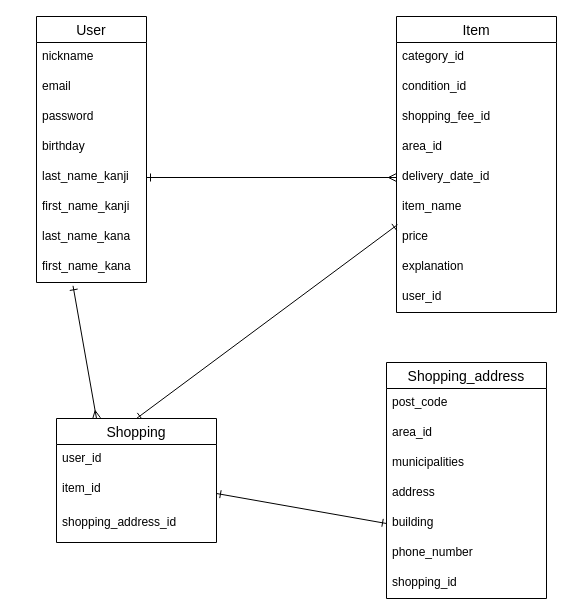
This is er.dio from PTT1230/furima-38221, a draw.io file, before an edit. Source tidied: cells renumbered, new cells numbered last; positions are measured from the earlier drawing's top-left corner, leaving out a move shared by most shapes. Both pictures are drawn from the tidied source at 100%, with x=0, y=0 at pixel (36, 16).
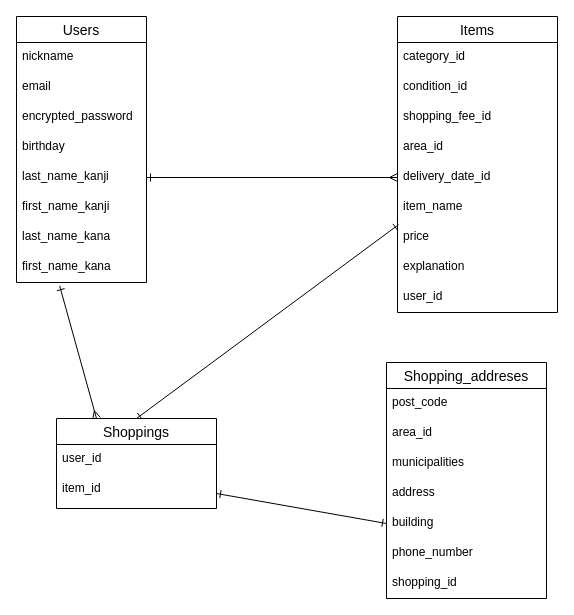
The same diagram, later.

What changed in the source:
```diff
@@
-    <mxCell id="2" value="User" style="swimlane;fontStyle=0;horizontal=1;startSize=26;align=center;fontSize=14;" parent="1" vertex="1">
-      <mxGeometry width="110" height="266" as="geometry" />
+    <mxCell id="2" value="Users" style="swimlane;fontStyle=0;horizontal=1;startSize=26;align=center;fontSize=14;" parent="1" vertex="1">
+      <mxGeometry x="-20" width="130" height="266" as="geometry" />
     </mxCell>
     <mxCell id="3" value="nickname" style="text;strokeColor=none;fillColor=none;spacingLeft=4;spacingRight=4;overflow=hidden;fontSize=12;" parent="2" vertex="1">
-      <mxGeometry y="26" width="110" height="30" as="geometry" />
+      <mxGeometry y="26" width="130" height="30" as="geometry" />
     </mxCell>
     <mxCell id="4" value="email" style="text;strokeColor=none;fillColor=none;spacingLeft=4;spacingRight=4;overflow=hidden;fontSize=12;" parent="2" vertex="1">
-      <mxGeometry y="56" width="110" height="30" as="geometry" />
+      <mxGeometry y="56" width="130" height="30" as="geometry" />
     </mxCell>
-    <mxCell id="5" value="password" style="text;strokeColor=none;fillColor=none;spacingLeft=4;spacingRight=4;overflow=hidden;fontSize=12;" parent="2" vertex="1">
-      <mxGeometry y="86" width="110" height="30" as="geometry" />
+    <mxCell id="5" value="encrypted_password" style="text;strokeColor=none;fillColor=none;spacingLeft=4;spacingRight=4;overflow=hidden;fontSize=12;" parent="2" vertex="1">
+      <mxGeometry y="86" width="130" height="30" as="geometry" />
     </mxCell>
     <mxCell id="6" value="birthday" style="text;strokeColor=none;fillColor=none;spacingLeft=4;spacingRight=4;overflow=hidden;fontSize=12;" parent="2" vertex="1">
-      <mxGeometry y="116" width="110" height="30" as="geometry" />
+      <mxGeometry y="116" width="130" height="30" as="geometry" />
     </mxCell>
     <mxCell id="7" value="last_name_kanji" style="text;strokeColor=none;fillColor=none;spacingLeft=4;spacingRight=4;overflow=hidden;fontSize=12;" parent="2" vertex="1">
-      <mxGeometry y="146" width="110" height="30" as="geometry" />
+      <mxGeometry y="146" width="130" height="30" as="geometry" />
     </mxCell>
     <mxCell id="8" value="first_name_kanji" style="text;strokeColor=none;fillColor=none;spacingLeft=4;spacingRight=4;overflow=hidden;fontSize=12;" parent="2" vertex="1">
-      <mxGeometry y="176" width="110" height="30" as="geometry" />
+      <mxGeometry y="176" width="130" height="30" as="geometry" />
     </mxCell>
     <mxCell id="9" value="last_name_kana" style="text;strokeColor=none;fillColor=none;spacingLeft=4;spacingRight=4;overflow=hidden;fontSize=12;" parent="2" vertex="1">
-      <mxGeometry y="206" width="110" height="30" as="geometry" />
+      <mxGeometry y="206" width="130" height="30" as="geometry" />
     </mxCell>
     <mxCell id="10" value="first_name_kana" style="text;strokeColor=none;fillColor=none;spacingLeft=4;spacingRight=4;overflow=hidden;points=[[0,0.5],[1,0.5]];portConstraint=eastwest;fontSize=12;" parent="2" vertex="1">
-      <mxGeometry y="236" width="110" height="30" as="geometry" />
+      <mxGeometry y="236" width="130" height="30" as="geometry" />
     </mxCell>
-    <mxCell id="11" value="Item" style="swimlane;fontStyle=0;horizontal=1;startSize=26;align=center;fontSize=14;" parent="1" vertex="1">
-      <mxGeometry x="360" width="160" height="296" as="geometry" />
+    <mxCell id="11" value="Items" style="swimlane;fontStyle=0;horizontal=1;startSize=26;align=center;fontSize=14;" parent="1" vertex="1">
+      <mxGeometry x="361" width="160" height="296" as="geometry" />
     </mxCell>
@@
-    <mxCell id="23" value="Shopping" style="swimlane;fontStyle=0;horizontal=1;startSize=26;align=center;fontSize=14;spacing=1;" parent="1" vertex="1">
-      <mxGeometry x="20" y="402" width="160" height="124" as="geometry" />
+    <mxCell id="23" value="Shoppings" style="swimlane;fontStyle=0;horizontal=1;startSize=26;align=center;fontSize=14;spacing=1;" parent="1" vertex="1">
+      <mxGeometry x="20" y="402" width="160" height="90" as="geometry" />
     </mxCell>
@@
-    <mxCell id="26" value="shopping_address_id" style="text;strokeColor=none;fillColor=none;spacingLeft=4;spacingRight=4;overflow=hidden;fontSize=12;" parent="23" vertex="1">
-      <mxGeometry y="90" width="160" height="34" as="geometry" />
-    </mxCell>
@@
-    <mxCell id="28" value="Shopping_address" style="swimlane;fontStyle=0;horizontal=1;startSize=26;align=center;fontSize=14;spacing=1;" parent="1" vertex="1">
+    <mxCell id="28" value="Shopping_addreses" style="swimlane;fontStyle=0;horizontal=1;startSize=26;align=center;fontSize=14;spacing=1;" parent="1" vertex="1">
       <mxGeometry x="350" y="346" width="160" height="236" as="geometry" />
     </mxCell>
```
